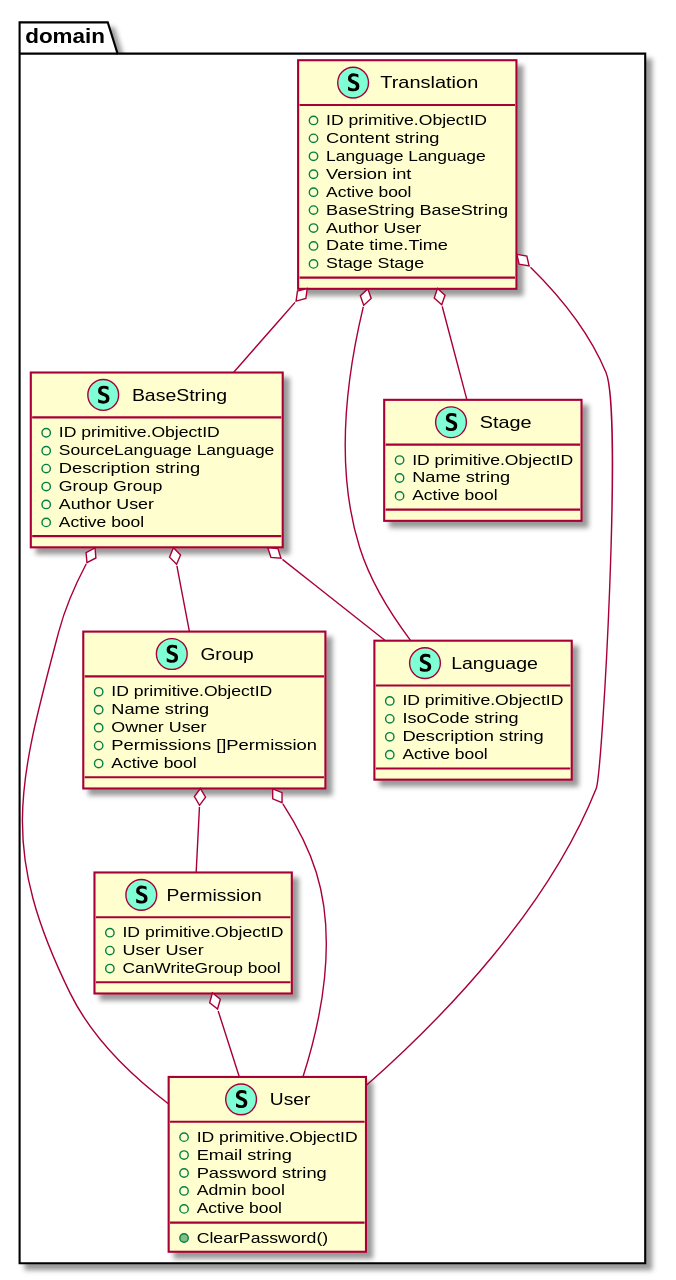
Above: backend/assets/dist/UmlDiagram.svg in cafeteru/LocalizeMe (PlantUML), before the change.
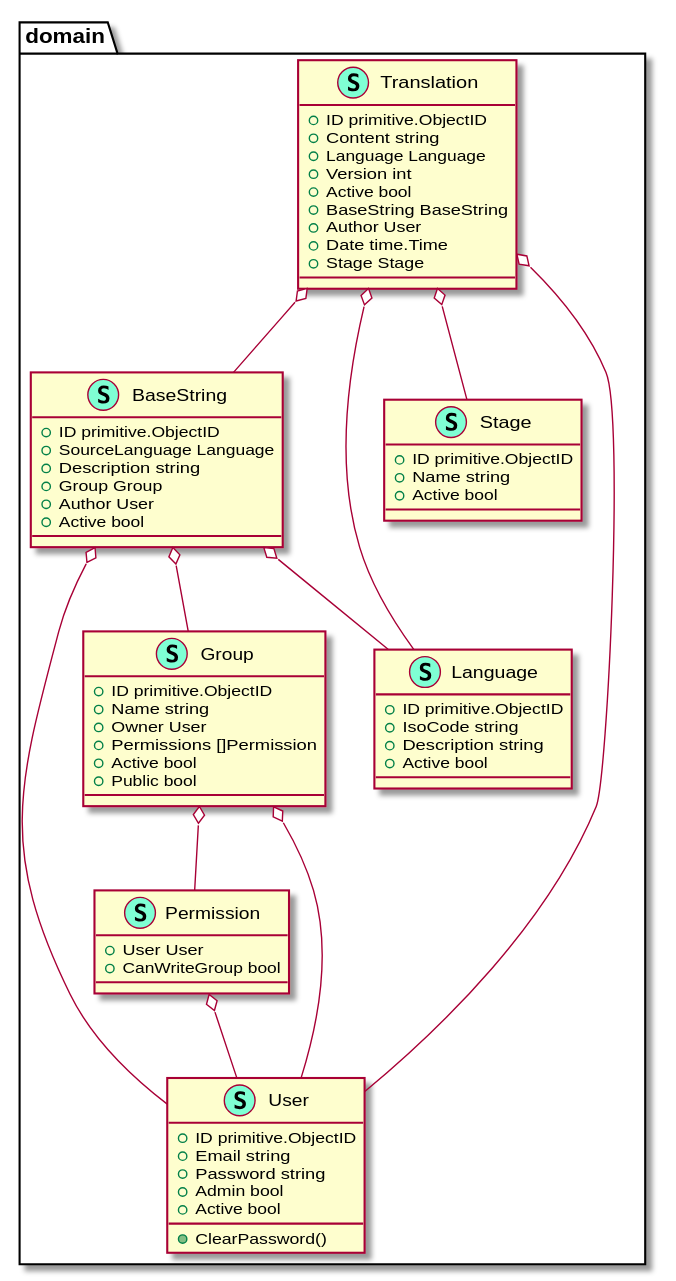
The same diagram one commit later.

Diff of the diagram source:
```diff
@@ -15,6 +15,7 @@
         + Owner User
         + Permissions []Permission
         + Active bool
+        + Public bool
 
     }
     class Language << (S,Aquamarine) >> {
@@ -25,7 +26,6 @@
 
     }
     class Permission << (S,Aquamarine) >> {
-        + ID primitive.ObjectID
         + User User
         + CanWriteGroup bool
 
```
